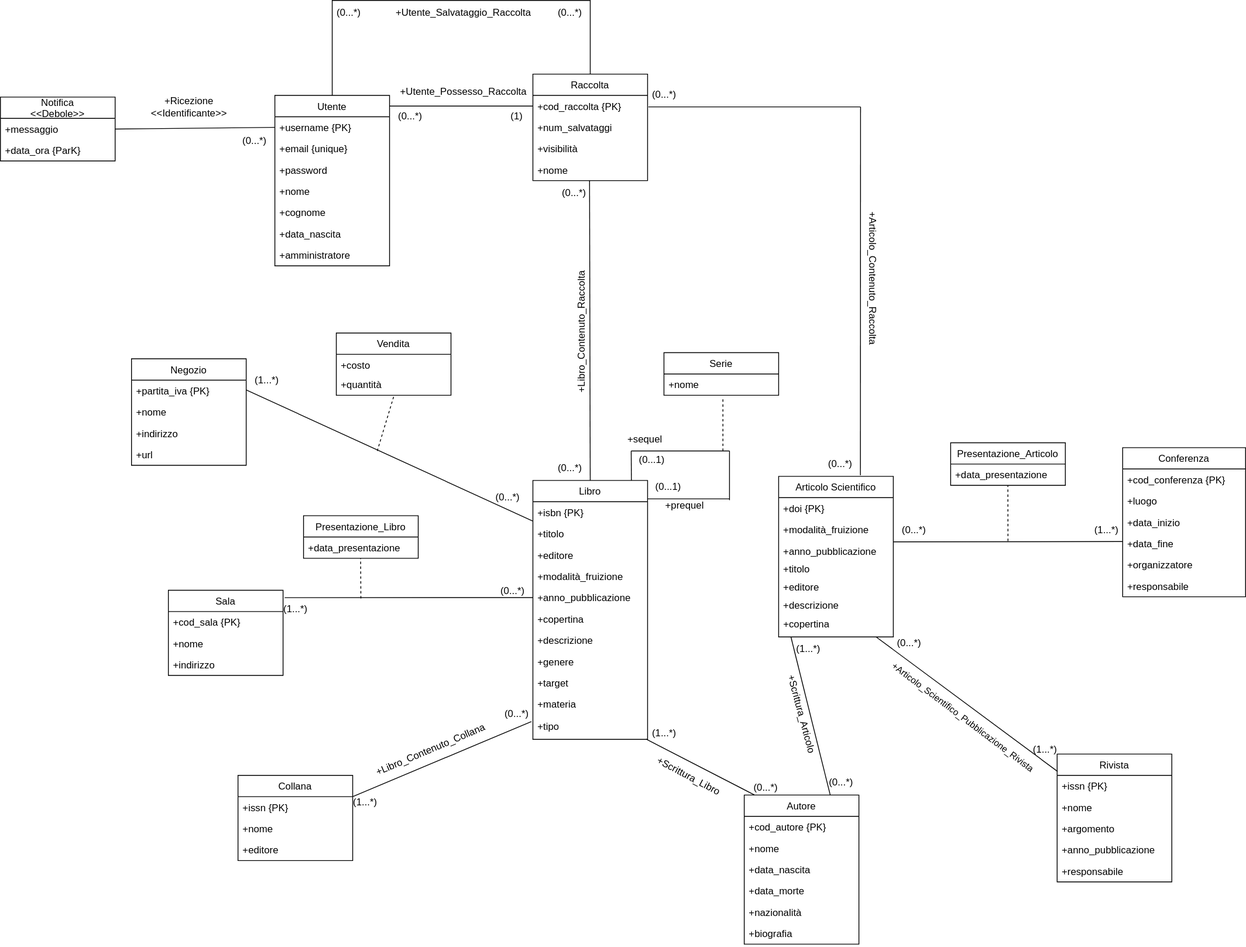
Earlier version of the draw.io export progettazione_concettuale/Modello_Concettuale_Ristrutturato_UML.drawio.svg (m3tt0/Progetto_OB_BASI). Source tidied: cells renumbered, new cells last; positions are measured from the earlier drawing's top-left corner, leaving out a move shared by most shapes.
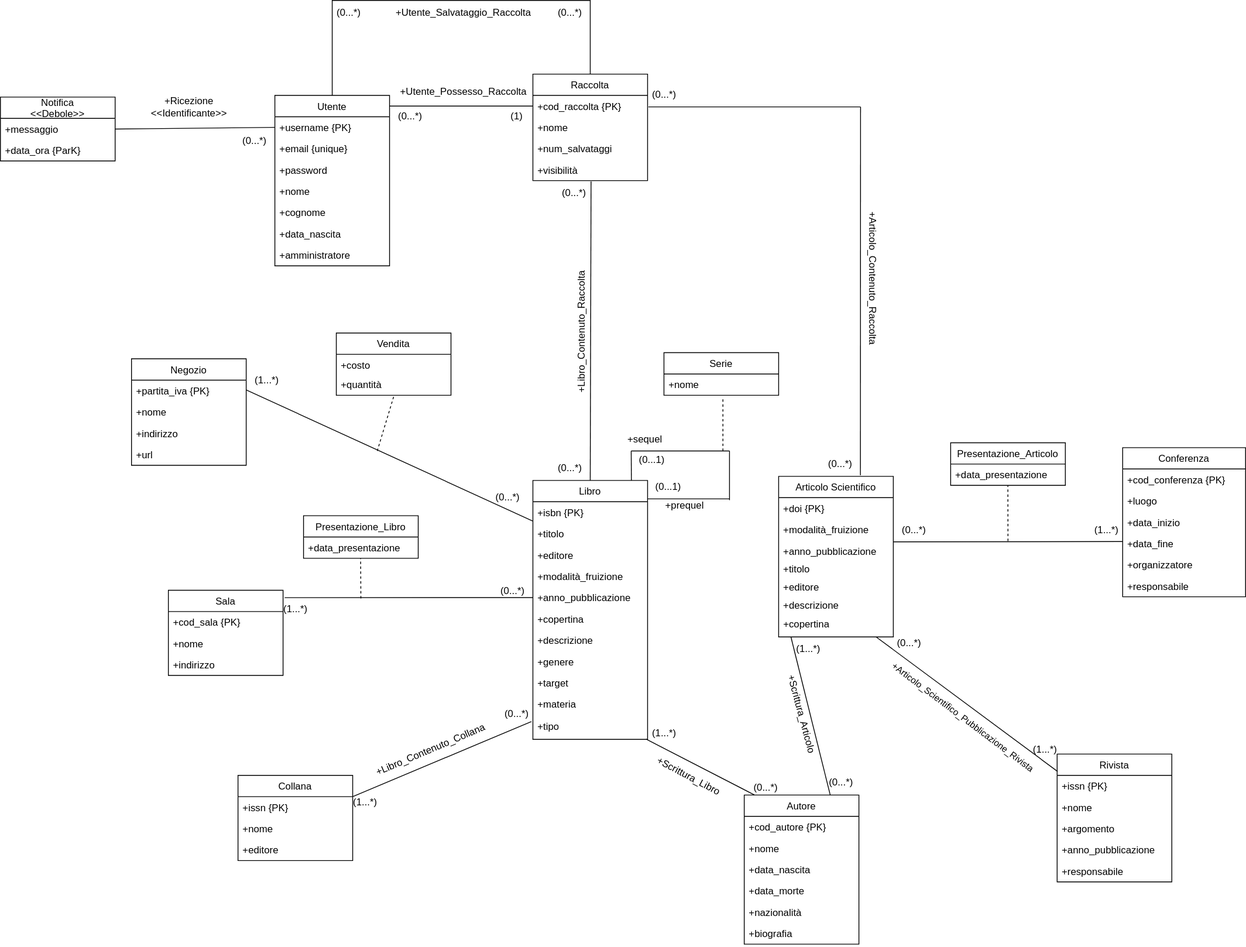
After the commit.

Change to the diagram source:
```diff
@@ -332,15 +332,15 @@
     <mxCell id="106" value="+cod_raccolta {PK}" style="text;strokeColor=none;fillColor=none;align=left;verticalAlign=top;spacingLeft=4;spacingRight=4;overflow=hidden;points=[[0,0.5],[1,0.5]];portConstraint=eastwest;fontStyle=0;" parent="105" vertex="1">
       <mxGeometry y="26" width="140" height="26" as="geometry" />
     </mxCell>
+    <mxCell id="109" value="+nome" style="text;strokeColor=none;fillColor=none;align=left;verticalAlign=top;spacingLeft=4;spacingRight=4;overflow=hidden;points=[[0,0.5],[1,0.5]];portConstraint=eastwest;" parent="105" vertex="1">
+      <mxGeometry y="52" width="140" height="26" as="geometry" />
+    </mxCell>
     <mxCell id="107" value="+num_salvataggi" style="text;strokeColor=none;fillColor=none;align=left;verticalAlign=top;spacingLeft=4;spacingRight=4;overflow=hidden;" parent="105" vertex="1">
-      <mxGeometry y="52" width="140" height="26" as="geometry" />
+      <mxGeometry y="78" width="140" height="26" as="geometry" />
     </mxCell>
     <mxCell id="108" value="+visibilità" style="text;strokeColor=none;fillColor=none;align=left;verticalAlign=top;spacingLeft=4;spacingRight=4;overflow=hidden;" parent="105" vertex="1">
-      <mxGeometry y="78" width="140" height="26" as="geometry" />
+      <mxGeometry y="104" width="140" height="26" as="geometry" />
     </mxCell>
-    <mxCell id="109" value="+nome" style="text;strokeColor=none;fillColor=none;align=left;verticalAlign=top;spacingLeft=4;spacingRight=4;overflow=hidden;points=[[0,0.5],[1,0.5]];portConstraint=eastwest;" parent="105" vertex="1">
-      <mxGeometry y="104" width="140" height="26" as="geometry" />
-    </mxCell>
     <mxCell id="110" style="endArrow=none;html=1;rounded=0;entryX=0;entryY=0.5;entryDx=0;entryDy=0;exitX=1;exitY=0.5;exitDx=0;exitDy=0;" parent="1" edge="1" target="106">
       <mxGeometry relative="1" as="geometry">
         <mxPoint x="475" y="129" as="sourcePoint" />
@@ -370,7 +370,7 @@
     <mxCell id="116" value="(0...*)" style="text;html=1;align=center;verticalAlign=middle;strokeColor=none;fillColor=none;" parent="1" vertex="1">
       <mxGeometry x="670" width="50" height="30" as="geometry" />
     </mxCell>
-    <mxCell id="117" style="endArrow=none;html=1;rounded=0;exitX=0.5;exitY=0;exitDx=0;exitDy=0;entryX=0.494;entryY=1.001;entryDx=0;entryDy=0;entryPerimeter=0;" parent="1" edge="1" source="2" target="109">
+    <mxCell id="117" style="endArrow=none;html=1;rounded=0;exitX=0.5;exitY=0;exitDx=0;exitDy=0;entryX=0.92;entryY=0.033;entryDx=0;entryDy=0;entryPerimeter=0;" parent="1" edge="1" source="2" target="118">
       <mxGeometry relative="1" as="geometry" />
     </mxCell>
     <mxCell id="118" value="(0...*)" style="text;html=1;align=center;verticalAlign=middle;points=[];strokeColor=none;fillColor=none;" parent="1" vertex="1">
```
